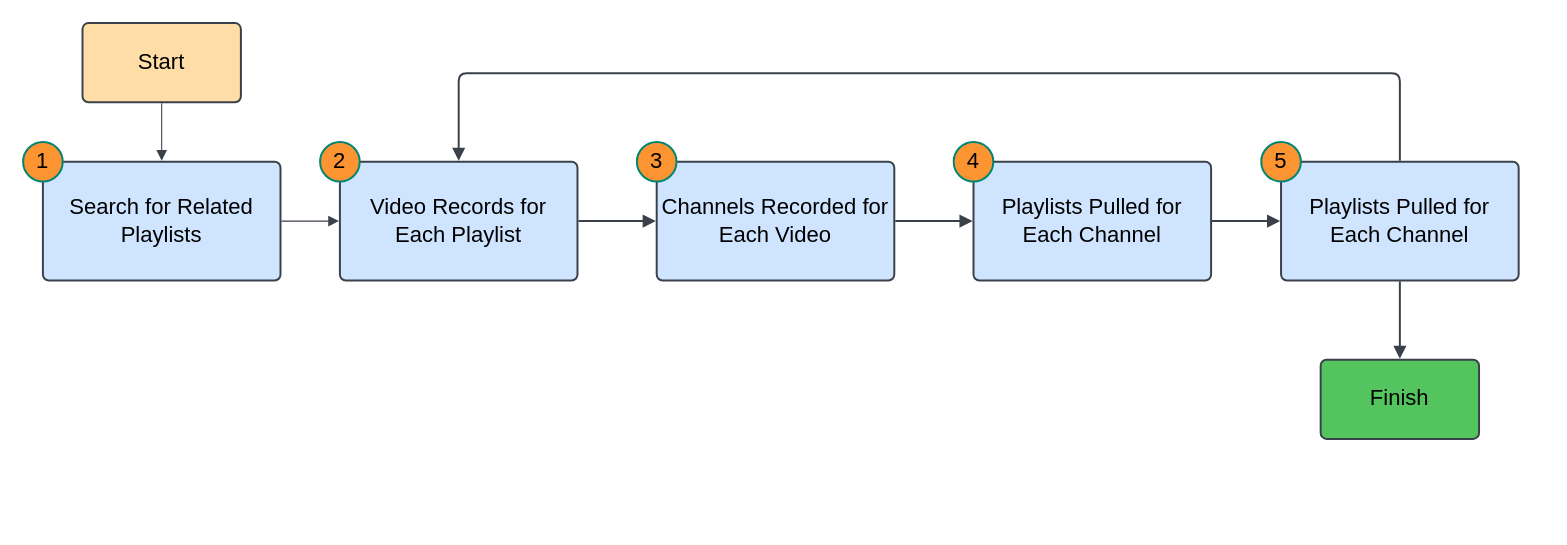
Earlier version of the draw.io diagram Podcast Data Acquisition.drawio (ggroenendale/diagram_repo). Source tidied: cells renumbered, new cells numbered last; positions are measured from the earlier drawing's top-left corner, leaving out a move shared by most shapes. Both pictures are drawn from the tidied source at 132%, with x=0, y=0 at pixel (22, 22).
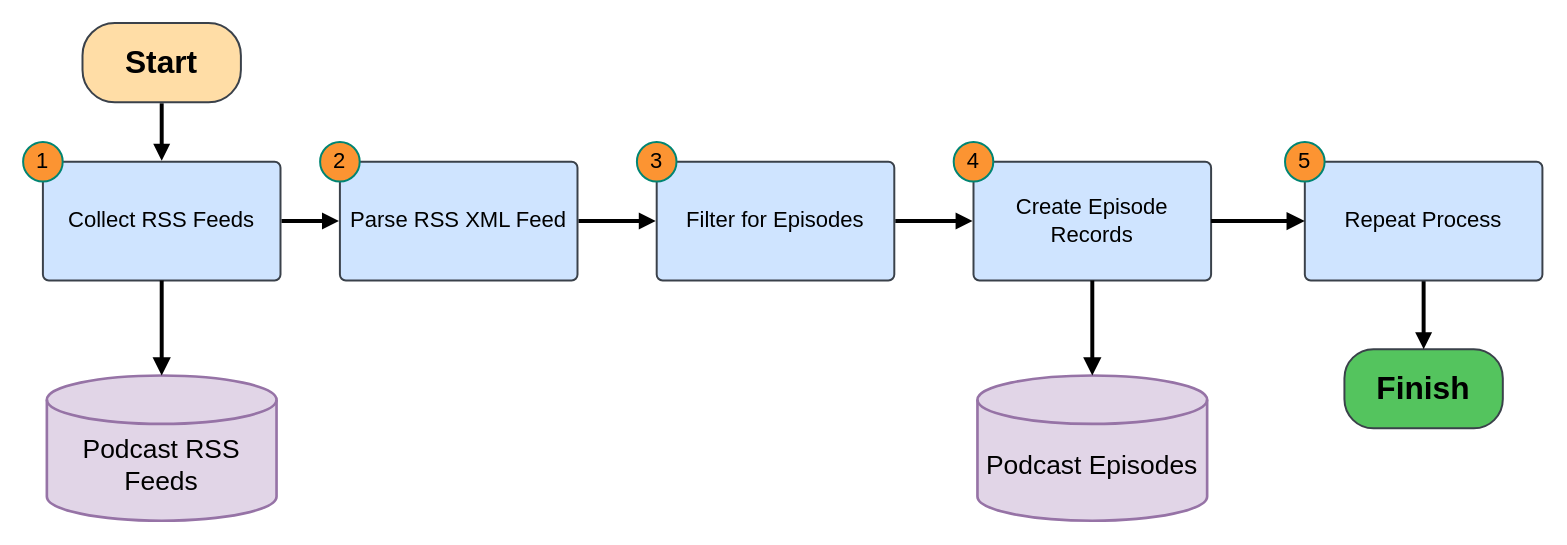
Above is the later version.

The change refers to these unchanged cells:
```xml
<mxCell id="7" style="group;" parent="1" vertex="1">
  <mxGeometry x="225" y="90" width="195" height="105" as="geometry" />
</mxCell>
<mxCell id="10" style="group;" parent="1" vertex="1">
  <mxGeometry x="465" y="90" width="195" height="105" as="geometry" />
</mxCell>
<mxCell id="13" style="group;" parent="1" vertex="1">
  <mxGeometry y="90" width="195" height="105" as="geometry" />
</mxCell>
<mxCell id="18" style="group;" parent="1" vertex="1">
  <mxGeometry x="705" y="90" width="195" height="105" as="geometry" />
</mxCell>
```

Change to the diagram source:
```diff
@@
-    <mxCell id="2" value="Start" style="html=1;overflow=block;blockSpacing=1;whiteSpace=wrap;fontSize=16.7;fontColor=default;spacing=3.8;strokeColor=#3a414a;strokeOpacity=100;fillOpacity=100;rounded=1;absoluteArcSize=1;arcSize=9;fillColor=#ffdda6;strokeWidth=1.5;lucidId=bW6uLIidkf8m;" parent="1" vertex="1">
+    <mxCell id="2" value="Start" style="html=1;overflow=block;blockSpacing=1;whiteSpace=wrap;fontSize=24;fontColor=default;spacing=3.8;strokeColor=#3a414a;strokeOpacity=100;fillOpacity=100;rounded=1;absoluteArcSize=1;arcSize=49;fillColor=#ffdda6;strokeWidth=1.5;lucidId=bW6uLIidkf8m;fontStyle=1;" parent="1" vertex="1">
       <mxGeometry x="45" width="120" height="60" as="geometry" />
     </mxCell>
-    <mxCell id="3" style="html=1;jettySize=18;whiteSpace=wrap;fontSize=13;strokeColor=#3a414a;strokeOpacity=100;strokeWidth=0.8;rounded=1;arcSize=12;edgeStyle=orthogonalEdgeStyle;startArrow=none;endArrow=block;endFill=1;exitX=0.5;exitY=1.013;exitPerimeter=0;entryX=0.5;entryY=-0.008;entryPerimeter=0;lucidId=SW6ux6u6MC4x;" parent="1" edge="1" source="2" target="14">
+    <mxCell id="3" style="html=1;jettySize=18;whiteSpace=wrap;fontSize=13;strokeColor=#000000;strokeOpacity=100;strokeWidth=3;rounded=1;arcSize=12;edgeStyle=orthogonalEdgeStyle;startArrow=none;endArrow=block;endFill=1;exitX=0.5;exitY=1.013;exitPerimeter=0;entryX=0.5;entryY=-0.008;entryPerimeter=0;lucidId=SW6ux6u6MC4x;endSize=5;startSize=10;" parent="1" edge="1" source="2" target="14">
       <mxGeometry relative="1" as="geometry" />
     </mxCell>
-    <mxCell id="4" style="html=1;jettySize=18;whiteSpace=wrap;fontSize=13;strokeColor=#3a414a;strokeOpacity=100;strokeWidth=0.8;rounded=1;arcSize=12;edgeStyle=orthogonalEdgeStyle;startArrow=none;endArrow=block;endFill=1;exitX=1.004;exitY=0.5;exitPerimeter=0;entryX=-0.004;entryY=0.5;entryPerimeter=0;lucidId=416uXwU0tydD;" parent="1" edge="1" source="14" target="8">
+    <mxCell id="4" style="html=1;jettySize=18;whiteSpace=wrap;fontSize=13;strokeColor=#000000;strokeOpacity=100;strokeWidth=3;rounded=1;arcSize=12;edgeStyle=orthogonalEdgeStyle;startArrow=none;endArrow=block;endFill=1;exitX=1.004;exitY=0.5;exitPerimeter=0;entryX=-0.004;entryY=0.5;entryPerimeter=0;lucidId=416uXwU0tydD;endSize=5;" parent="1" edge="1" source="14" target="8">
       <mxGeometry relative="1" as="geometry" />
     </mxCell>
-    <mxCell id="5" style="html=1;jettySize=18;whiteSpace=wrap;fontSize=13;strokeColor=#3a414a;strokeOpacity=100;strokeWidth=1.5;rounded=1;arcSize=12;edgeStyle=orthogonalEdgeStyle;startArrow=none;endArrow=block;endFill=1;exitX=1.004;exitY=0.5;exitPerimeter=0;entryX=-0.004;entryY=0.5;entryPerimeter=0;lucidId=Q_6uuDI5KyMW;" parent="1" edge="1" source="8" target="11">
+    <mxCell id="5" style="html=1;jettySize=18;whiteSpace=wrap;fontSize=13;strokeColor=#000000;strokeOpacity=100;strokeWidth=3;rounded=1;arcSize=12;edgeStyle=orthogonalEdgeStyle;startArrow=none;endArrow=block;endFill=1;exitX=1.004;exitY=0.5;exitPerimeter=0;entryX=-0.004;entryY=0.5;entryPerimeter=0;lucidId=Q_6uuDI5KyMW;endSize=5;" parent="1" edge="1" source="8" target="11">
       <mxGeometry relative="1" as="geometry" />
     </mxCell>
-    <mxCell id="6" style="html=1;jettySize=18;whiteSpace=wrap;fontSize=13;strokeColor=#3a414a;strokeOpacity=100;strokeWidth=1.5;rounded=1;arcSize=12;edgeStyle=orthogonalEdgeStyle;startArrow=none;endArrow=block;endFill=1;exitX=1.004;exitY=0.5;exitPerimeter=0;entryX=-0.004;entryY=0.5;entryPerimeter=0;lucidId=r~6uTzH-kcN_;" parent="1" edge="1" source="11" target="19">
+    <mxCell id="6" style="html=1;jettySize=18;whiteSpace=wrap;fontSize=13;strokeColor=#000000;strokeOpacity=100;strokeWidth=3;rounded=1;arcSize=12;edgeStyle=orthogonalEdgeStyle;startArrow=none;endArrow=block;endFill=1;exitX=1.004;exitY=0.5;exitPerimeter=0;entryX=-0.004;entryY=0.5;entryPerimeter=0;lucidId=r~6uTzH-kcN_;endSize=5;" parent="1" edge="1" source="11" target="19">
       <mxGeometry relative="1" as="geometry" />
     </mxCell>
@@
-    <mxCell id="8" value="Video Records for Each Playlist" style="html=1;overflow=block;blockSpacing=1;whiteSpace=wrap;fontSize=16.7;spacing=3.8;verticalAlign=middle;strokeColor=#3a414a;strokeOpacity=100;fillOpacity=100;rounded=1;absoluteArcSize=1;arcSize=9;fillColor=#cfe4ff;strokeWidth=1.5;lucidId=S16u41BVjXE3;" parent="7" vertex="1">
+    <mxCell id="8" value="Parse RSS XML Feed" style="html=1;overflow=block;blockSpacing=1;whiteSpace=wrap;fontSize=16.7;spacing=3.8;verticalAlign=middle;strokeColor=#3a414a;strokeOpacity=100;fillOpacity=100;rounded=1;absoluteArcSize=1;arcSize=9;fillColor=#cfe4ff;strokeWidth=1.5;lucidId=S16u41BVjXE3;" parent="7" vertex="1">
       <mxGeometry x="15" y="15" width="180" height="90" as="geometry" />
     </mxCell>
@@
-    <mxCell id="11" value="Channels Recorded for Each Video" style="html=1;overflow=block;blockSpacing=1;whiteSpace=wrap;fontSize=16.7;spacing=3.8;verticalAlign=middle;strokeColor=#3a414a;strokeOpacity=100;fillOpacity=100;rounded=1;absoluteArcSize=1;arcSize=9;fillColor=#cfe4ff;strokeWidth=1.5;lucidId=p-6uXw-BGHr~;" parent="10" vertex="1">
+    <mxCell id="11" value="Filter for Episodes" style="html=1;overflow=block;blockSpacing=1;whiteSpace=wrap;fontSize=16.7;spacing=3.8;verticalAlign=middle;strokeColor=#3a414a;strokeOpacity=100;fillOpacity=100;rounded=1;absoluteArcSize=1;arcSize=9;fillColor=#cfe4ff;strokeWidth=1.5;lucidId=p-6uXw-BGHr~;" parent="10" vertex="1">
       <mxGeometry x="15" y="15" width="180" height="90" as="geometry" />
     </mxCell>
@@
-    <mxCell id="14" value="Search for Related Playlists" style="html=1;overflow=block;blockSpacing=1;whiteSpace=wrap;fontSize=16.7;spacing=3.8;verticalAlign=middle;strokeColor=#3a414a;strokeOpacity=100;fillOpacity=100;rounded=1;absoluteArcSize=1;arcSize=9;fillColor=#cfe4ff;strokeWidth=1.5;lucidId=SW6u_wksAtYL;" parent="13" vertex="1">
+    <mxCell id="14" value="Collect RSS Feeds" style="html=1;overflow=block;blockSpacing=1;whiteSpace=wrap;fontSize=16.7;spacing=3.8;verticalAlign=middle;strokeColor=#3a414a;strokeOpacity=100;fillOpacity=100;rounded=1;absoluteArcSize=1;arcSize=9;fillColor=#cfe4ff;strokeWidth=1.5;lucidId=SW6u_wksAtYL;" parent="13" vertex="1">
       <mxGeometry x="15" y="15" width="180" height="90" as="geometry" />
     </mxCell>
@@
-    <mxCell id="16" style="html=1;jettySize=18;whiteSpace=wrap;fontSize=13;strokeColor=#3a414a;strokeOpacity=100;strokeWidth=1.5;rounded=1;arcSize=12;edgeStyle=orthogonalEdgeStyle;startArrow=none;endArrow=block;endFill=1;exitX=1.004;exitY=0.5;exitPerimeter=0;entryX=-0.004;entryY=0.5;entryPerimeter=0;lucidId=Bi7ut8uNxzML;" parent="1" edge="1" source="19" target="24">
-      <mxGeometry relative="1" as="geometry" />
-    </mxCell>
-    <mxCell id="17" style="html=1;jettySize=18;whiteSpace=wrap;fontSize=13;strokeColor=#3a414a;strokeOpacity=100;strokeWidth=1.5;rounded=1;arcSize=12;edgeStyle=orthogonalEdgeStyle;startArrow=none;endArrow=block;endFill=1;exitX=0.5;exitY=-0.008;exitPerimeter=0;entryX=0.5;entryY=-0.008;entryPerimeter=0;lucidId=-i7ufhm8Llv8;" parent="1" edge="1" source="24" target="8">
-      <mxGeometry relative="1" as="geometry">
-        <Array as="points">
-          <mxPoint x="1043" y="38" />
-          <mxPoint x="330" y="38" />
-        </Array>
-      </mxGeometry>
-    </mxCell>
@@
-    <mxCell id="19" value="Playlists Pulled for Each Channel" style="html=1;overflow=block;blockSpacing=1;whiteSpace=wrap;fontSize=16.7;spacing=3.8;verticalAlign=middle;strokeColor=#3a414a;strokeOpacity=100;fillOpacity=100;rounded=1;absoluteArcSize=1;arcSize=9;fillColor=#cfe4ff;strokeWidth=1.5;lucidId=M.6uk97XyCFO;" parent="18" vertex="1">
+    <mxCell id="19" value="Create Episode Records" style="html=1;overflow=block;blockSpacing=1;whiteSpace=wrap;fontSize=16.7;spacing=3.8;verticalAlign=middle;strokeColor=#3a414a;strokeOpacity=100;fillOpacity=100;rounded=1;absoluteArcSize=1;arcSize=9;fillColor=#cfe4ff;strokeWidth=1.5;lucidId=M.6uk97XyCFO;" parent="18" vertex="1">
       <mxGeometry x="15" y="15" width="180" height="90" as="geometry" />
     </mxCell>
@@
-    <mxCell id="21" style="html=1;jettySize=18;whiteSpace=wrap;fontSize=13;strokeColor=#3a414a;strokeOpacity=100;strokeWidth=1.5;rounded=1;arcSize=12;edgeStyle=orthogonalEdgeStyle;startArrow=none;endArrow=block;endFill=1;exitX=0.5;exitY=1.008;exitPerimeter=0;entryX=0.5;entryY=-0.012;entryPerimeter=0;lucidId=hk7uTk5IF7pY;" parent="1" edge="1" source="24" target="22">
-      <mxGeometry relative="1" as="geometry" />
-    </mxCell>
-    <mxCell id="22" value="Finish" style="html=1;overflow=block;blockSpacing=1;whiteSpace=wrap;fontSize=16.7;spacing=3.8;verticalAlign=middle;strokeColor=#3a414a;strokeOpacity=100;fillOpacity=100;rounded=1;absoluteArcSize=1;arcSize=9;fillColor=#54c45e;strokeWidth=1.5;lucidId=hk7uLVcwX5V9;" parent="1" vertex="1">
-      <mxGeometry x="983" y="255" width="120" height="60" as="geometry" />
+    <mxCell id="22" value="Finish" style="html=1;overflow=block;blockSpacing=1;whiteSpace=wrap;fontSize=24;spacing=3.8;verticalAlign=middle;strokeColor=#3a414a;strokeOpacity=100;fillOpacity=100;rounded=1;absoluteArcSize=1;arcSize=44;fillColor=#54c45e;strokeWidth=1.5;lucidId=hk7uLVcwX5V9;fontStyle=1;" parent="1" vertex="1">
+      <mxGeometry x="1001" y="247" width="120" height="60" as="geometry" />
     </mxCell>
-    <mxCell id="23" style="group;" parent="1" vertex="1">
-      <mxGeometry x="938" y="90" width="195" height="105" as="geometry" />
-    </mxCell>
-    <mxCell id="24" value="Playlists Pulled for Each Channel" style="html=1;overflow=block;blockSpacing=1;whiteSpace=wrap;fontSize=16.7;spacing=3.8;verticalAlign=middle;strokeColor=#3a414a;strokeOpacity=100;fillOpacity=100;rounded=1;absoluteArcSize=1;arcSize=9;fillColor=#cfe4ff;strokeWidth=1.5;lucidId=_g7utdRJWnZh;" parent="23" vertex="1">
-      <mxGeometry x="15" y="15" width="180" height="90" as="geometry" />
-    </mxCell>
+    <mxCell id="26" style="edgeStyle=orthogonalEdgeStyle;rounded=0;jettySize=auto;html=1;exitX=0.5;exitY=1;exitDx=0;exitDy=0;entryX=0.5;entryY=0;entryDx=0;entryDy=0;endSize=5;strokeWidth=3;endArrow=block;endFill=1;" parent="1" edge="1" source="28" target="22">
+      <mxGeometry relative="1" as="geometry" />
+    </mxCell>
+    <mxCell id="27" style="group;" parent="1" vertex="1">
+      <mxGeometry x="956" y="90" width="195" height="105" as="geometry" />
+    </mxCell>
+    <mxCell id="28" value="Repeat Process" style="html=1;overflow=block;blockSpacing=1;whiteSpace=wrap;fontSize=16.7;spacing=3.8;verticalAlign=middle;strokeColor=#3a414a;strokeOpacity=100;fillOpacity=100;rounded=1;absoluteArcSize=1;arcSize=9;fillColor=#cfe4ff;strokeWidth=1.5;lucidId=M.6uk97XyCFO;" parent="27" vertex="1">
+      <mxGeometry x="15" y="15" width="180" height="90" as="geometry" />
+    </mxCell>
-    <mxCell id="25" value="5" style="html=1;overflow=block;blockSpacing=1;whiteSpace=wrap;ellipse;fontSize=16.7;spacing=3.8;strokeColor=#008573;strokeOpacity=100;fillOpacity=100;rounded=1;absoluteArcSize=1;arcSize=9;fillColor=#fc9432;strokeWidth=1.5;lucidId=_g7ut9O_xqkM;" parent="23" vertex="1">
+    <mxCell id="25" value="5" style="html=1;overflow=block;blockSpacing=1;whiteSpace=wrap;ellipse;fontSize=16.7;spacing=3.8;strokeColor=#008573;strokeOpacity=100;fillOpacity=100;rounded=1;absoluteArcSize=1;arcSize=9;fillColor=#fc9432;strokeWidth=1.5;lucidId=M.6u~~DSKPuh;" parent="27" vertex="1">
       <mxGeometry width="30" height="30" as="geometry" />
     </mxCell>
+    <mxCell id="29" style="edgeStyle=orthogonalEdgeStyle;rounded=0;jettySize=auto;html=1;exitX=1;exitY=0.5;exitDx=0;exitDy=0;entryX=0;entryY=0.5;entryDx=0;entryDy=0;strokeWidth=3;endArrow=block;endFill=1;" parent="1" edge="1" source="19" target="28">
+      <mxGeometry relative="1" as="geometry" />
+    </mxCell>
+    <mxCell id="30" value="&lt;font&gt;Podcast Episodes&lt;/font&gt;" style="strokeWidth=2;html=1;shape=mxgraph.flowchart.database;whiteSpace=wrap;fontSize=20;verticalAlign=middle;spacing=6;spacingTop=24;fillColor=#e1d5e7;strokeColor=#9673a6;" parent="1" vertex="1">
+      <mxGeometry x="723" y="267" width="174" height="110" as="geometry" />
+    </mxCell>
+    <mxCell id="31" value="&lt;font&gt;Podcast RSS Feeds&lt;/font&gt;" style="strokeWidth=2;html=1;shape=mxgraph.flowchart.database;whiteSpace=wrap;fontSize=20;verticalAlign=middle;spacing=6;spacingTop=24;fillColor=#e1d5e7;strokeColor=#9673a6;" parent="1" vertex="1">
+      <mxGeometry x="18" y="267" width="174" height="110" as="geometry" />
+    </mxCell>
+    <mxCell id="32" style="edgeStyle=orthogonalEdgeStyle;rounded=0;jettySize=auto;html=1;exitX=0.5;exitY=1;exitDx=0;exitDy=0;entryX=0.5;entryY=0;entryDx=0;entryDy=0;entryPerimeter=0;strokeWidth=3;endArrow=block;endFill=1;" parent="1" edge="1" source="14" target="31">
+      <mxGeometry relative="1" as="geometry" />
+    </mxCell>
+    <mxCell id="33" style="edgeStyle=orthogonalEdgeStyle;rounded=0;jettySize=auto;html=1;exitX=0.5;exitY=1;exitDx=0;exitDy=0;entryX=0.5;entryY=0;entryDx=0;entryDy=0;entryPerimeter=0;strokeWidth=3;endArrow=block;endFill=1;" parent="1" edge="1" source="19" target="30">
+      <mxGeometry relative="1" as="geometry" />
+    </mxCell>
```
